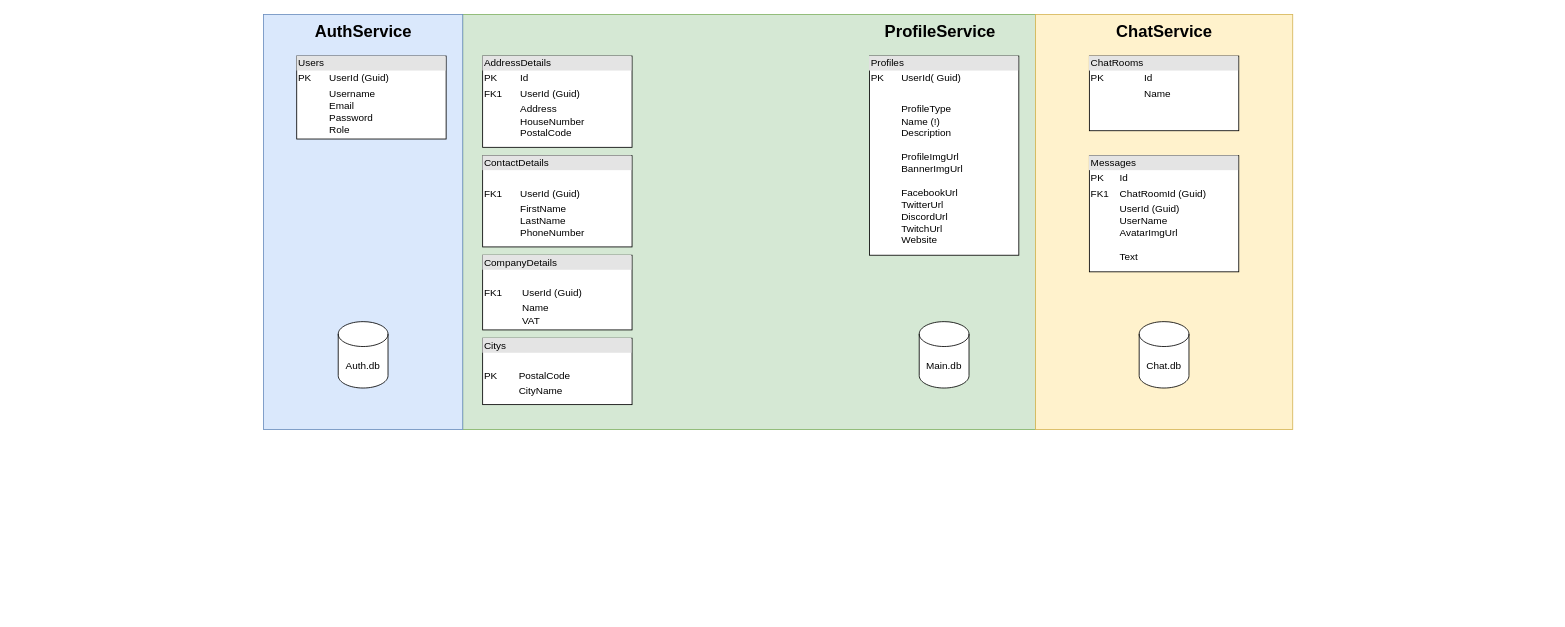
Before: diagrams/Users2_db_schema.drawio in riv4lz/riv4lz-backend, a draw.io diagram. Source tidied: cells renumbered, new cells numbered last; positions are measured from the earlier drawing's top-left corner, leaving out a move shared by most shapes. Both pictures are drawn from the tidied source at 83%, with x=0, y=0 at pixel (263, 14).
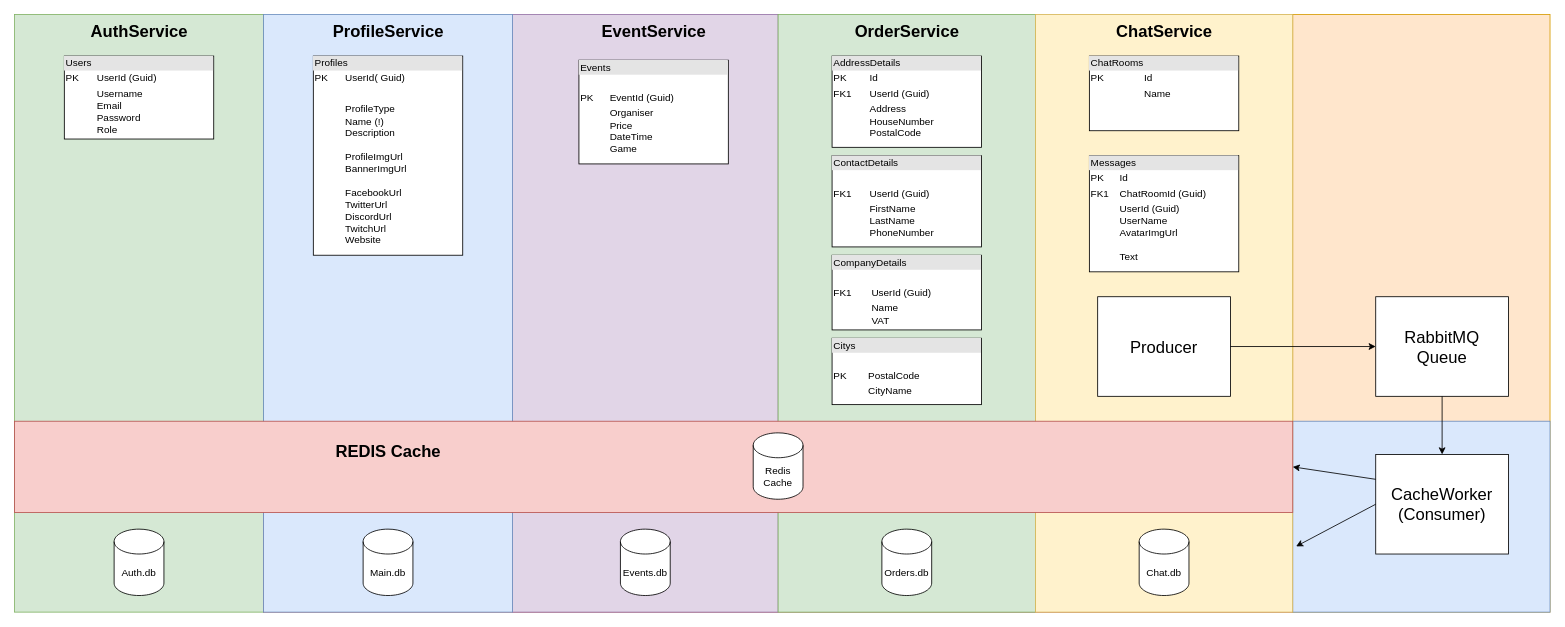
Above is the later version.

The edit, as a diff of the source:
```diff
@@
+    <mxCell id="19" style="rounded=0;whiteSpace=wrap;html=1;fillColor=#d5e8d4;strokeColor=#82b366;" parent="1" vertex="1">
+      <mxGeometry x="-300" width="300" height="720" as="geometry" />
+    </mxCell>
+    <mxCell id="20" style="rounded=0;whiteSpace=wrap;html=1;fillColor=#f8cecc;strokeColor=#b85450;" parent="1" vertex="1">
+      <mxGeometry y="600" width="1240" height="120" as="geometry" />
+    </mxCell>
+    <mxCell id="21" style="rounded=0;whiteSpace=wrap;html=1;fillColor=#ffe6cc;strokeColor=#d79b00;" parent="1" vertex="1">
+      <mxGeometry x="1240" width="310" height="720" as="geometry" />
+    </mxCell>
+    <mxCell id="22" style="rounded=0;whiteSpace=wrap;html=1;fillColor=#dae8fc;strokeColor=#6c8ebf;" parent="1" vertex="1">
+      <mxGeometry x="1240" y="490" width="310" height="230" as="geometry" />
+    </mxCell>
+    <mxCell id="23" style="rounded=0;whiteSpace=wrap;html=1;fillColor=#e1d5e7;strokeColor=#9673a6;" parent="1" vertex="1">
+      <mxGeometry x="300" width="320" height="720" as="geometry" />
+    </mxCell>
     <mxCell id="2" style="rounded=0;whiteSpace=wrap;html=1;fillColor=#d5e8d4;strokeColor=#82b366;" parent="1" vertex="1">
-      <mxGeometry x="240" width="690" height="500" as="geometry" />
+      <mxGeometry x="620" width="310" height="720" as="geometry" />
     </mxCell>
     <mxCell id="3" style="rounded=0;whiteSpace=wrap;html=1;fillColor=#dae8fc;strokeColor=#6c8ebf;" parent="1" vertex="1">
-      <mxGeometry width="240" height="500" as="geometry" />
+      <mxGeometry width="300" height="720" as="geometry" />
     </mxCell>
     <mxCell id="4" value="&lt;div style=&quot;box-sizing: border-box ; width: 100% ; background: #e4e4e4 ; padding: 2px&quot;&gt;Users&lt;/div&gt;&lt;table style=&quot;width: 100% ; font-size: 1em&quot; cellpadding=&quot;2&quot; cellspacing=&quot;0&quot;&gt;&lt;tbody&gt;&lt;tr&gt;&lt;td&gt;PK&lt;/td&gt;&lt;td&gt;UserId (Guid)&lt;/td&gt;&lt;/tr&gt;&lt;tr&gt;&lt;td&gt;&lt;br&gt;&lt;/td&gt;&lt;td&gt;Username&lt;br&gt;Email&lt;br&gt;Password&lt;br&gt;Role&lt;/td&gt;&lt;/tr&gt;&lt;tr&gt;&lt;td&gt;&lt;br&gt;&lt;/td&gt;&lt;td&gt;&lt;br&gt;&lt;/td&gt;&lt;/tr&gt;&lt;/tbody&gt;&lt;/table&gt;" style="verticalAlign=top;align=left;overflow=fill;html=1;" parent="1" vertex="1">
-      <mxGeometry x="40" y="50" width="180" height="100" as="geometry" />
+      <mxGeometry x="-240" y="50" width="180" height="100" as="geometry" />
     </mxCell>
     <mxCell id="5" value="&lt;div style=&quot;box-sizing: border-box ; width: 100% ; background: #e4e4e4 ; padding: 2px&quot;&gt;Citys&lt;/div&gt;&lt;table style=&quot;width: 100% ; font-size: 1em&quot; cellpadding=&quot;2&quot; cellspacing=&quot;0&quot;&gt;&lt;tbody&gt;&lt;tr&gt;&lt;td&gt;&lt;br&gt;&lt;/td&gt;&lt;td&gt;&lt;br&gt;&lt;/td&gt;&lt;/tr&gt;&lt;tr&gt;&lt;td&gt;PK&lt;/td&gt;&lt;td&gt;PostalCode&lt;/td&gt;&lt;/tr&gt;&lt;tr&gt;&lt;td&gt;&lt;/td&gt;&lt;td&gt;CityName&lt;/td&gt;&lt;/tr&gt;&lt;/tbody&gt;&lt;/table&gt;" style="verticalAlign=top;align=left;overflow=fill;html=1;" parent="1" vertex="1">
-      <mxGeometry x="264" y="390" width="180" height="80" as="geometry" />
+      <mxGeometry x="685" y="390" width="180" height="80" as="geometry" />
     </mxCell>
     <mxCell id="6" value="&lt;div style=&quot;box-sizing: border-box ; width: 100% ; background: #e4e4e4 ; padding: 2px&quot;&gt;Profiles&lt;/div&gt;&lt;table style=&quot;width: 100% ; font-size: 1em&quot; cellpadding=&quot;2&quot; cellspacing=&quot;0&quot;&gt;&lt;tbody&gt;&lt;tr&gt;&lt;td&gt;PK&lt;/td&gt;&lt;td&gt;UserId( Guid)&lt;/td&gt;&lt;/tr&gt;&lt;tr&gt;&lt;td&gt;&lt;br&gt;&lt;/td&gt;&lt;td&gt;&lt;br&gt;&lt;/td&gt;&lt;/tr&gt;&lt;tr&gt;&lt;td&gt;&lt;/td&gt;&lt;td&gt;ProfileType&lt;br&gt;Name (!)&lt;br&gt;Description&lt;br&gt;&lt;br&gt;ProfileImgUrl&lt;br&gt;BannerImgUrl&lt;br&gt;&lt;br&gt;FacebookUrl&lt;br&gt;TwitterUrl&lt;br&gt;DiscordUrl&lt;br&gt;TwitchUrl&lt;br&gt;Website&lt;br&gt;&lt;/td&gt;&lt;/tr&gt;&lt;/tbody&gt;&lt;/table&gt;" style="verticalAlign=top;align=left;overflow=fill;html=1;" parent="1" vertex="1">
-      <mxGeometry x="730" y="50" width="180" height="240" as="geometry" />
+      <mxGeometry x="60" y="50" width="180" height="240" as="geometry" />
     </mxCell>
     <mxCell id="7" value="&lt;div style=&quot;box-sizing: border-box ; width: 100% ; background: #e4e4e4 ; padding: 2px&quot;&gt;CompanyDetails&lt;/div&gt;&lt;table style=&quot;width: 100% ; font-size: 1em&quot; cellpadding=&quot;2&quot; cellspacing=&quot;0&quot;&gt;&lt;tbody&gt;&lt;tr&gt;&lt;td&gt;&lt;br&gt;&lt;/td&gt;&lt;td&gt;&lt;br&gt;&lt;/td&gt;&lt;/tr&gt;&lt;tr&gt;&lt;td&gt;FK1&lt;/td&gt;&lt;td&gt;UserId (Guid)&lt;/td&gt;&lt;/tr&gt;&lt;tr&gt;&lt;td&gt;&lt;/td&gt;&lt;td&gt;Name&lt;br&gt;VAT&lt;/td&gt;&lt;/tr&gt;&lt;/tbody&gt;&lt;/table&gt;" style="verticalAlign=top;align=left;overflow=fill;html=1;" parent="1" vertex="1">
-      <mxGeometry x="264" y="290" width="180" height="90" as="geometry" />
+      <mxGeometry x="685" y="290" width="180" height="90" as="geometry" />
     </mxCell>
     <mxCell id="8" value="&lt;div style=&quot;box-sizing: border-box ; width: 100% ; background: #e4e4e4 ; padding: 2px&quot;&gt;ContactDetails&lt;/div&gt;&lt;table style=&quot;width: 100% ; font-size: 1em&quot; cellpadding=&quot;2&quot; cellspacing=&quot;0&quot;&gt;&lt;tbody&gt;&lt;tr&gt;&lt;td&gt;&lt;br&gt;&lt;/td&gt;&lt;td&gt;&lt;br&gt;&lt;/td&gt;&lt;/tr&gt;&lt;tr&gt;&lt;td&gt;FK1&lt;/td&gt;&lt;td&gt;UserId (Guid)&lt;/td&gt;&lt;/tr&gt;&lt;tr&gt;&lt;td&gt;&lt;/td&gt;&lt;td&gt;FirstName&lt;br&gt;LastName&lt;br&gt;PhoneNumber&lt;br&gt;&lt;/td&gt;&lt;/tr&gt;&lt;/tbody&gt;&lt;/table&gt;" style="verticalAlign=top;align=left;overflow=fill;html=1;" parent="1" vertex="1">
-      <mxGeometry x="264" y="170" width="180" height="110" as="geometry" />
+      <mxGeometry x="685" y="170" width="180" height="110" as="geometry" />
     </mxCell>
     <mxCell id="9" value="&lt;div style=&quot;box-sizing: border-box ; width: 100% ; background: #e4e4e4 ; padding: 2px&quot;&gt;AddressDetails&lt;/div&gt;&lt;table style=&quot;width: 100% ; font-size: 1em&quot; cellpadding=&quot;2&quot; cellspacing=&quot;0&quot;&gt;&lt;tbody&gt;&lt;tr&gt;&lt;td&gt;PK&lt;/td&gt;&lt;td&gt;Id&lt;/td&gt;&lt;/tr&gt;&lt;tr&gt;&lt;td&gt;FK1&lt;/td&gt;&lt;td&gt;UserId (Guid)&lt;/td&gt;&lt;/tr&gt;&lt;tr&gt;&lt;td&gt;&lt;/td&gt;&lt;td&gt;Address&lt;br&gt;HouseNumber&lt;br&gt;PostalCode&lt;/td&gt;&lt;/tr&gt;&lt;/tbody&gt;&lt;/table&gt;" style="verticalAlign=top;align=left;overflow=fill;html=1;" parent="1" vertex="1">
-      <mxGeometry x="264" y="50" width="180" height="110" as="geometry" />
+      <mxGeometry x="685" y="50" width="180" height="110" as="geometry" />
     </mxCell>
     <mxCell id="10" value="Auth.db" style="shape=cylinder3;whiteSpace=wrap;html=1;boundedLbl=1;backgroundOutline=1;size=15;" parent="1" vertex="1">
-      <mxGeometry x="90" y="370" width="60" height="80" as="geometry" />
+      <mxGeometry x="-180" y="620" width="60" height="80" as="geometry" />
     </mxCell>
     <mxCell id="11" value="Main.db" style="shape=cylinder3;whiteSpace=wrap;html=1;boundedLbl=1;backgroundOutline=1;size=15;" parent="1" vertex="1">
-      <mxGeometry x="790" y="370" width="60" height="80" as="geometry" />
+      <mxGeometry x="120" y="620" width="60" height="80" as="geometry" />
     </mxCell>
     <mxCell id="12" style="rounded=0;whiteSpace=wrap;html=1;fillColor=#fff2cc;strokeColor=#d6b656;" parent="1" vertex="1">
-      <mxGeometry x="930" width="310" height="500" as="geometry" />
+      <mxGeometry x="930" width="310" height="720" as="geometry" />
     </mxCell>
@@
     <mxCell id="15" value="Chat.db" style="shape=cylinder3;whiteSpace=wrap;html=1;boundedLbl=1;backgroundOutline=1;size=15;" parent="1" vertex="1">
-      <mxGeometry x="1055" y="370" width="60" height="80" as="geometry" />
+      <mxGeometry x="1055" y="620" width="60" height="80" as="geometry" />
     </mxCell>
     <mxCell id="16" value="AuthService" style="text;html=1;align=center;verticalAlign=middle;strokeColor=none;fillColor=none;fontSize=20;fontStyle=1;" parent="1" vertex="1">
-      <mxGeometry x="55" y="5" width="130" height="30" as="geometry" />
+      <mxGeometry x="-215" y="5" width="130" height="30" as="geometry" />
     </mxCell>
@@
     <mxCell id="18" value="ProfileService" style="text;html=1;align=center;verticalAlign=middle;strokeColor=none;fillColor=none;fontSize=20;fontStyle=1;" parent="1" vertex="1">
-      <mxGeometry x="740" y="5" width="150" height="30" as="geometry" />
+      <mxGeometry x="75" y="5" width="150" height="30" as="geometry" />
     </mxCell>
+    <mxCell id="24" value="OrderService" style="text;html=1;align=center;verticalAlign=middle;strokeColor=none;fillColor=none;fontSize=20;fontStyle=1;" parent="1" vertex="1">
+      <mxGeometry x="705" y="5" width="140" height="30" as="geometry" />
+    </mxCell>
+    <mxCell id="25" value="Orders.db" style="shape=cylinder3;whiteSpace=wrap;html=1;boundedLbl=1;backgroundOutline=1;size=15;" parent="1" vertex="1">
+      <mxGeometry x="745" y="620" width="60" height="80" as="geometry" />
+    </mxCell>
+    <mxCell id="26" style="rounded=0;whiteSpace=wrap;html=1;fillColor=#f8cecc;strokeColor=#b85450;" parent="1" vertex="1">
+      <mxGeometry x="-300" y="490" width="1540" height="110" as="geometry" />
+    </mxCell>
+    <mxCell id="27" value="Redis Cache" style="shape=cylinder3;whiteSpace=wrap;html=1;boundedLbl=1;backgroundOutline=1;size=15;" parent="1" vertex="1">
+      <mxGeometry x="590" y="504" width="60" height="80" as="geometry" />
+    </mxCell>
+    <mxCell id="28" value="RabbitMQ &lt;br&gt;Queue" style="rounded=0;whiteSpace=wrap;html=1;fontSize=20;" parent="1" vertex="1">
+      <mxGeometry x="1340" y="340" width="160" height="120" as="geometry" />
+    </mxCell>
+    <mxCell id="29" value="CacheWorker&lt;br&gt;(Consumer)" style="rounded=0;whiteSpace=wrap;html=1;fontSize=20;" parent="1" vertex="1">
+      <mxGeometry x="1340" y="530" width="160" height="120" as="geometry" />
+    </mxCell>
+    <mxCell id="30" value="Producer" style="rounded=0;whiteSpace=wrap;html=1;fontSize=20;" parent="1" vertex="1">
+      <mxGeometry x="1005" y="340" width="160" height="120" as="geometry" />
+    </mxCell>
+    <mxCell id="31" style="endArrow=classic;html=1;rounded=0;fontSize=20;entryX=0;entryY=0.5;entryDx=0;entryDy=0;exitX=1;exitY=0.5;exitDx=0;exitDy=0;" parent="1" edge="1" source="30" target="28">
+      <mxGeometry relative="1" as="geometry" />
+    </mxCell>
+    <mxCell id="32" style="endArrow=classic;html=1;rounded=0;fontSize=20;entryX=0.5;entryY=0;entryDx=0;entryDy=0;exitX=0.5;exitY=1;exitDx=0;exitDy=0;" parent="1" edge="1" source="28" target="29">
+      <mxGeometry relative="1" as="geometry" />
+    </mxCell>
+    <mxCell id="33" style="endArrow=classic;html=1;rounded=0;fontSize=20;entryX=1;entryY=0.5;entryDx=0;entryDy=0;exitX=0;exitY=0.25;exitDx=0;exitDy=0;" parent="1" edge="1" source="29" target="26">
+      <mxGeometry relative="1" as="geometry" />
+    </mxCell>
+    <mxCell id="34" style="endArrow=classic;html=1;rounded=0;fontSize=20;exitX=0;exitY=0.5;exitDx=0;exitDy=0;entryX=1.013;entryY=0.89;entryDx=0;entryDy=0;entryPerimeter=0;" parent="1" edge="1" source="29" target="12">
+      <mxGeometry relative="1" as="geometry" />
+    </mxCell>
+    <mxCell id="35" value="REDIS Cache" style="text;html=1;align=center;verticalAlign=middle;strokeColor=none;fillColor=none;fontSize=20;fontStyle=1;" parent="1" vertex="1">
+      <mxGeometry x="80" y="510" width="140" height="30" as="geometry" />
+    </mxCell>
+    <mxCell id="36" value="Events.db" style="shape=cylinder3;whiteSpace=wrap;html=1;boundedLbl=1;backgroundOutline=1;size=15;" parent="1" vertex="1">
+      <mxGeometry x="430" y="620" width="60" height="80" as="geometry" />
+    </mxCell>
+    <mxCell id="37" value="&lt;div style=&quot;box-sizing: border-box ; width: 100% ; background: #e4e4e4 ; padding: 2px&quot;&gt;Events&lt;/div&gt;&lt;table style=&quot;width: 100% ; font-size: 1em&quot; cellpadding=&quot;2&quot; cellspacing=&quot;0&quot;&gt;&lt;tbody&gt;&lt;tr&gt;&lt;td&gt;&lt;br&gt;&lt;/td&gt;&lt;td&gt;&lt;br&gt;&lt;/td&gt;&lt;/tr&gt;&lt;tr&gt;&lt;td&gt;PK&lt;/td&gt;&lt;td&gt;EventId (Guid)&lt;/td&gt;&lt;/tr&gt;&lt;tr&gt;&lt;td&gt;&lt;br&gt;&lt;/td&gt;&lt;td&gt;Organiser&lt;br&gt;Price&lt;br&gt;DateTime&lt;br&gt;Game&lt;/td&gt;&lt;/tr&gt;&lt;/tbody&gt;&lt;/table&gt;" style="verticalAlign=top;align=left;overflow=fill;html=1;" parent="1" vertex="1">
+      <mxGeometry x="380" y="55" width="180" height="125" as="geometry" />
+    </mxCell>
+    <mxCell id="38" value="EventService" style="text;html=1;align=center;verticalAlign=middle;strokeColor=none;fillColor=none;fontSize=20;fontStyle=1;" parent="1" vertex="1">
+      <mxGeometry x="400" y="5" width="140" height="30" as="geometry" />
+    </mxCell>
```
